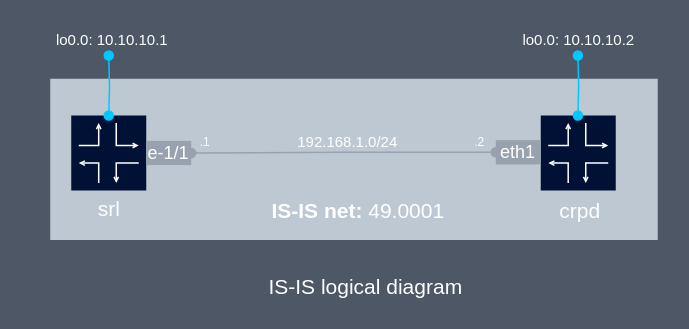
Earlier version of the draw.io diagram page "[1] bgp" (2 of 2) of srlceos01.drawio (srl-labs/containerlab). Source tidied: cells renumbered, new cells numbered last; positions are measured from the earlier drawing's top-left corner, leaving out a move shared by most shapes. Both pictures are drawn from the tidied source at 150%, with x=0, y=0 at pixel (26, 26).
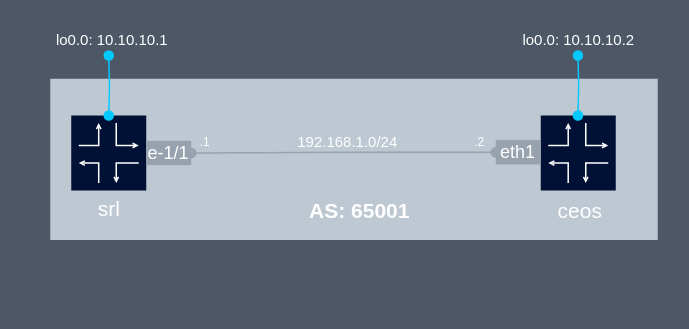
The same diagram, later.

What changed in the source:
```diff
@@
-    <mxCell id="12" value="&lt;font&gt;IS-IS logical diagram&lt;/font&gt;" style="text;html=1;align=center;verticalAlign=middle;fontSize=14;fontFamily=Manrope;fontStyle=0;fontColor=#FFFFFF;" parent="1" vertex="1">
-      <mxGeometry x="156" y="163" width="140" height="22" as="geometry" />
-    </mxCell>
@@
-    <mxCell id="20" value="&lt;font&gt;crpd&lt;/font&gt;" style="text;html=1;align=center;verticalAlign=middle;fontSize=14;fontFamily=Manrope;fontStyle=0;fontColor=#FFFFFF;" parent="1" vertex="1">
-      <mxGeometry x="348.5" y="111.5" width="40" height="22" as="geometry" />
+    <mxCell id="20" value="&lt;font&gt;ceos&lt;/font&gt;" style="text;html=1;align=center;verticalAlign=middle;fontSize=14;fontFamily=Manrope;fontStyle=0;fontColor=#FFFFFF;" parent="1" vertex="1">
+      <mxGeometry x="347.5" y="111.5" width="42" height="22" as="geometry" />
     </mxCell>
@@
-    <mxCell id="25" value="&lt;font&gt;&lt;b&gt;IS-IS net:&lt;/b&gt; 49.0001&lt;/font&gt;" style="text;html=1;align=center;verticalAlign=middle;fontSize=14;fontFamily=Manrope;fontStyle=0;fontColor=#FFFFFF;" parent="1" vertex="1">
-      <mxGeometry x="159" y="111.5" width="124" height="22" as="geometry" />
+    <mxCell id="25" value="&lt;b&gt;AS: 65001&lt;/b&gt;" style="text;html=1;align=center;verticalAlign=middle;fontSize=14;fontFamily=Manrope;fontStyle=0;fontColor=#FFFFFF;" parent="1" vertex="1">
+      <mxGeometry x="184" y="111.5" width="75" height="22" as="geometry" />
     </mxCell>
```
